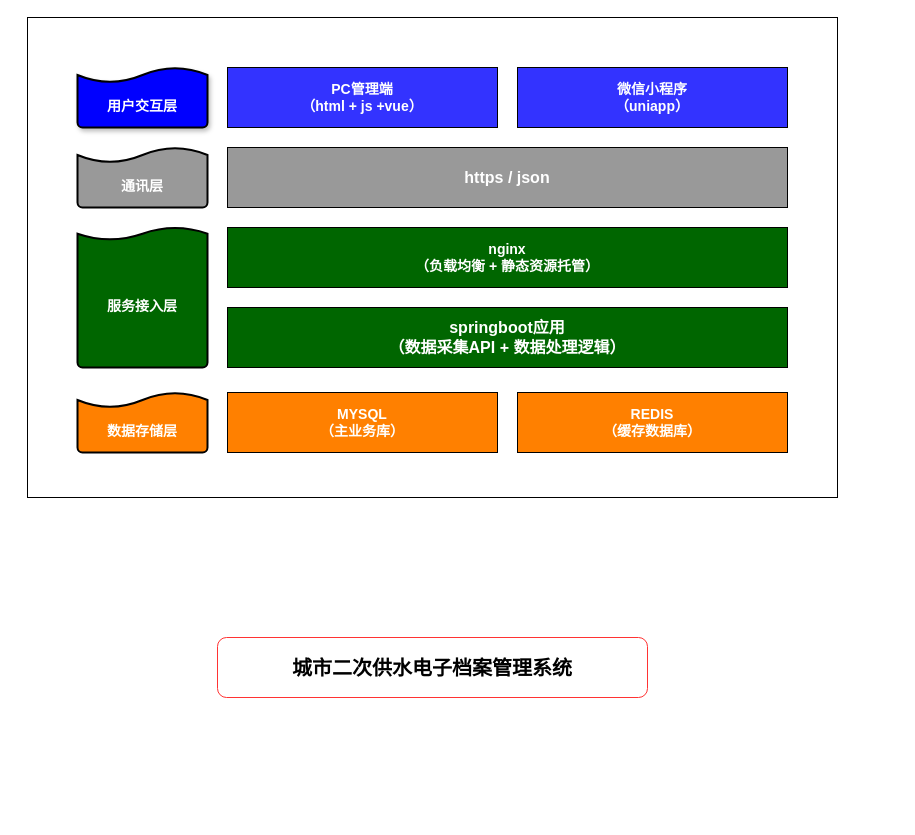
Earlier version of the draw.io diagram 未命名绘图.drawio (wuiiao/test). Source tidied: cells renumbered, new cells numbered last; positions are measured from the earlier drawing's top-left corner, leaving out a move shared by most shapes. Both pictures are drawn from the tidied source at 100%, with x=0, y=0 at pixel (27, 17).
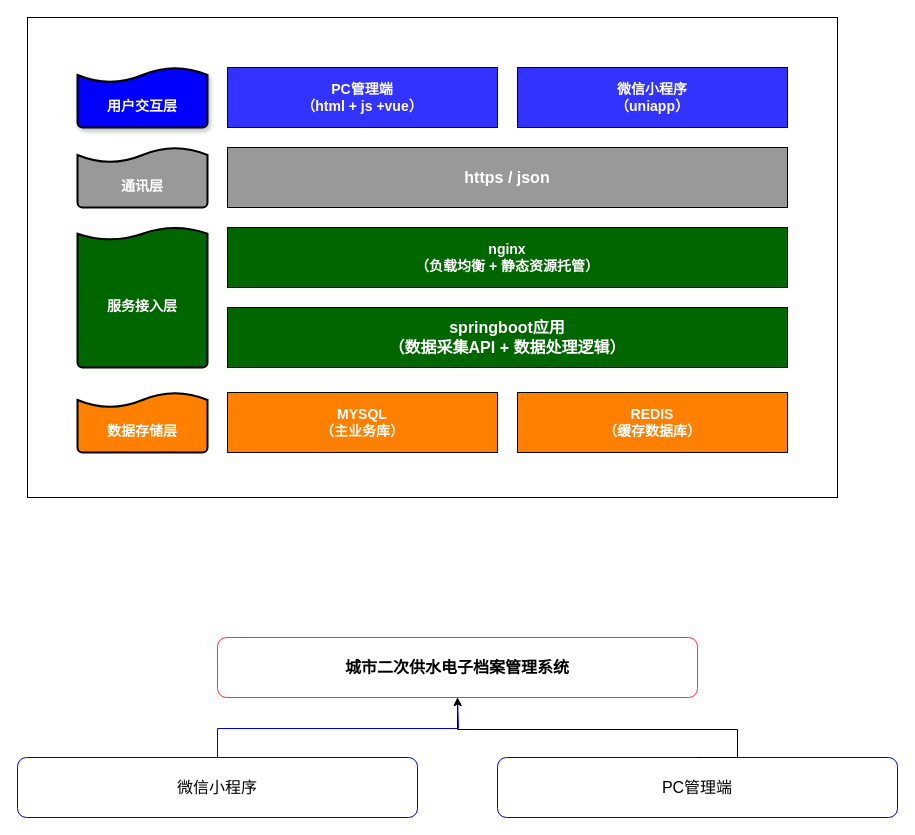
Above is the later version.

Commit message (it also covers changes not shown here):
更新未命名绘图.drawio

Diff of the diagram source:
```diff
@@
-    <mxCell id="14" value="城市二次供水电子档案管理系统" style="rounded=1;whiteSpace=wrap;html=1;fontSize=20;fontStyle=1;strokeColor=light-dark(#FF3333,#FFFFFF);" parent="1" vertex="1">
-      <mxGeometry x="190" y="620" width="430" height="60" as="geometry" />
+    <mxCell id="14" value="城市二次供水电子档案管理系统" style="rounded=1;whiteSpace=wrap;html=1;fontSize=16;fontStyle=1;strokeColor=light-dark(#FF3333,#FFFFFF);" parent="1" vertex="1">
+      <mxGeometry x="190" y="620" width="480" height="60" as="geometry" />
     </mxCell>
+    <mxCell id="15" style="edgeStyle=orthogonalEdgeStyle;rounded=0;jettySize=auto;html=1;exitX=0.5;exitY=0;exitDx=0;exitDy=0;strokeColor=light-dark(#0000CC,#FFFFFF);" parent="1" edge="1" source="16">
+      <mxGeometry relative="1" as="geometry">
+        <mxPoint x="430" y="680" as="targetPoint" />
+        <Array as="points">
+          <mxPoint x="190" y="711" />
+          <mxPoint x="431" y="711" />
+        </Array>
+      </mxGeometry>
+    </mxCell>
+    <mxCell id="16" value="微信小程序" style="rounded=1;whiteSpace=wrap;html=1;fontSize=16;strokeColor=light-dark(#0000CC,#FFFFFF);" parent="1" vertex="1">
+      <mxGeometry x="-10" y="740" width="400" height="60" as="geometry" />
+    </mxCell>
+    <mxCell id="17" value="PC管理端" style="rounded=1;whiteSpace=wrap;html=1;fontSize=16;strokeColor=light-dark(#0000CC,#FFFFFF);" parent="1" vertex="1">
+      <mxGeometry x="470" y="740" width="400" height="60" as="geometry" />
+    </mxCell>
+    <mxCell id="18" style="edgeStyle=orthogonalEdgeStyle;rounded=0;jettySize=auto;html=1;entryX=0.526;entryY=1.07;entryDx=0;entryDy=0;entryPerimeter=0;exitX=0.5;exitY=0;exitDx=0;exitDy=0;" parent="1" edge="1" source="17">
+      <mxGeometry relative="1" as="geometry">
+        <mxPoint x="430" y="680" as="targetPoint" />
+        <Array as="points">
+          <mxPoint x="710" y="740" />
+          <mxPoint x="710" y="712" />
+          <mxPoint x="430" y="712" />
+        </Array>
+      </mxGeometry>
+    </mxCell>
```
